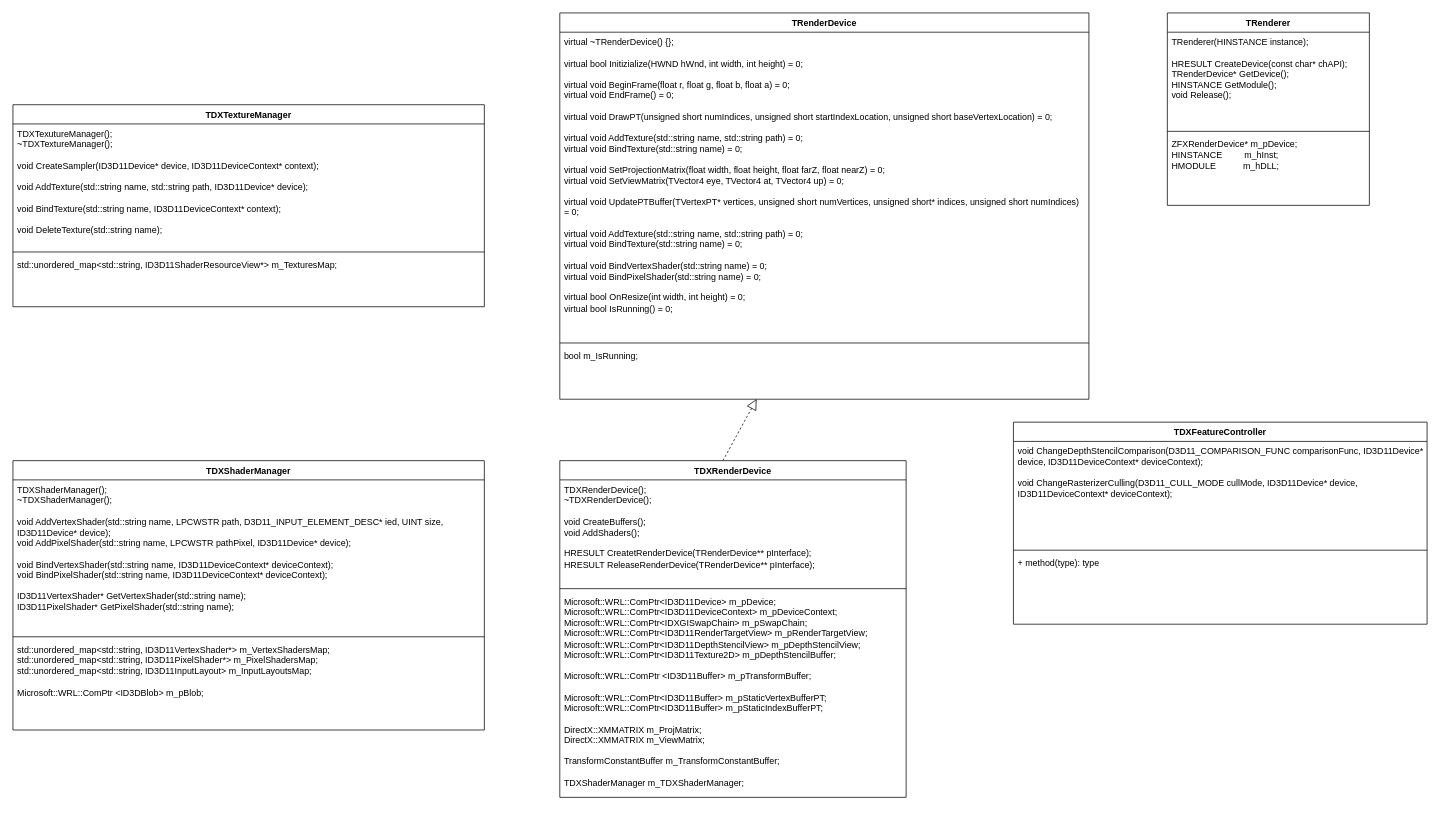
The draw.io diagram UML/TRenderer.drawio in f1oating/TRender, before the edit. Source tidied: cells renumbered, new cells numbered last; positions are measured from the earlier drawing's top-left corner, leaving out a move shared by most shapes. Both pictures are drawn from the tidied source at 74%, with x=0, y=0 at pixel (13, 13).
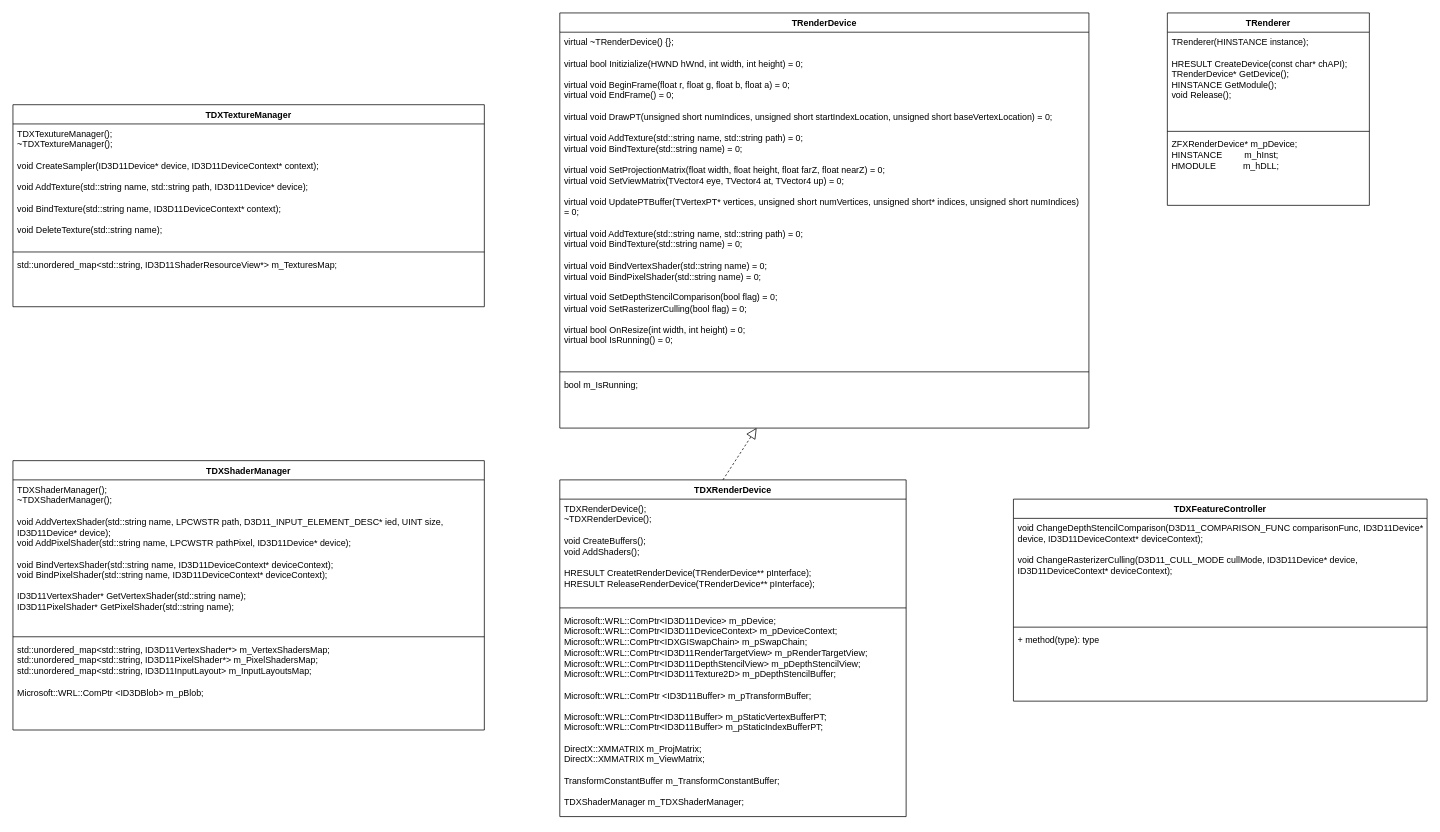
After the change.

Commit message (it also covers changes not shown here):
only the name hasnt change...

What changed in the source:
```diff
@@
     <mxCell id="2" value="TRenderDevice" style="swimlane;fontStyle=1;align=center;verticalAlign=top;horizontal=1;startSize=26;whiteSpace=wrap;html=1;" parent="1" vertex="1">
-      <mxGeometry x="739" width="715" height="522" as="geometry" />
+      <mxGeometry x="739" width="715" height="561" as="geometry" />
     </mxCell>
-    <mxCell id="3" value="&lt;div&gt;virtual ~TRenderDevice() {};&lt;br&gt;&lt;/div&gt;&lt;div&gt;&lt;br&gt;&lt;/div&gt;&lt;div&gt;virtual bool Initizialize(HWND hWnd, int width, int height) = 0;&lt;/div&gt;&lt;div&gt;&lt;br&gt;&lt;/div&gt;&lt;div&gt;virtual void BeginFrame(float r, float g, float b, float a) = 0;&lt;/div&gt;&lt;div&gt;virtual void EndFrame() = 0;&lt;/div&gt;&lt;div&gt;&lt;br&gt;&lt;/div&gt;&lt;div&gt;virtual void DrawPT(unsigned short numIndices, unsigned short startIndexLocation, unsigned short baseVertexLocation) = 0;&lt;br&gt;&lt;/div&gt;&lt;div&gt;&lt;br&gt;&lt;/div&gt;&lt;div&gt;virtual void AddTexture(std::string name, std::string path) = 0;&lt;br&gt;virtual void BindTexture(std::string name) = 0;&lt;br&gt;&lt;/div&gt;&lt;div&gt;&lt;br&gt;&lt;/div&gt;&lt;div&gt;virtual void SetProjectionMatrix(float width, float height, float farZ, float nearZ) = 0;&lt;/div&gt;&lt;div&gt;virtual void SetViewMatrix(TVector4 eye, TVector4 at, TVector4 up) = 0;&lt;/div&gt;&lt;div&gt;&lt;br&gt;&lt;/div&gt;&lt;div&gt;virtual void UpdatePTBuffer(TVertexPT* vertices, unsigned short numVertices, unsigned short* indices, unsigned short numIndices) = 0;&lt;/div&gt;&lt;div&gt;&lt;br&gt;&lt;/div&gt;&lt;div&gt;virtual void AddTexture(std::string name, std::string path) = 0;&lt;br&gt;virtual void BindTexture(std::string name) = 0;&lt;/div&gt;&lt;div&gt;&lt;br&gt;&lt;/div&gt;&lt;div&gt;virtual void BindVertexShader(std::string name) = 0;&lt;br&gt;virtual void BindPixelShader(std::string name) = 0;&lt;br&gt;&lt;/div&gt;&lt;div&gt;&lt;br&gt;&lt;/div&gt;&lt;div&gt;virtual bool OnResize(int width, int height) = 0;&lt;/div&gt;&lt;div&gt;virtual bool IsRunning() = 0;&lt;br&gt;&lt;/div&gt;" style="text;strokeColor=none;fillColor=none;align=left;verticalAlign=top;spacingLeft=4;spacingRight=4;overflow=hidden;whiteSpace=wrap;html=1;" parent="2" vertex="1">
-      <mxGeometry y="26" width="715" height="416" as="geometry" />
+    <mxCell id="3" value="&lt;div&gt;virtual ~TRenderDevice() {};&lt;br&gt;&lt;/div&gt;&lt;div&gt;&lt;br&gt;&lt;/div&gt;&lt;div&gt;virtual bool Initizialize(HWND hWnd, int width, int height) = 0;&lt;/div&gt;&lt;div&gt;&lt;br&gt;&lt;/div&gt;&lt;div&gt;virtual void BeginFrame(float r, float g, float b, float a) = 0;&lt;/div&gt;&lt;div&gt;virtual void EndFrame() = 0;&lt;/div&gt;&lt;div&gt;&lt;br&gt;&lt;/div&gt;&lt;div&gt;virtual void DrawPT(unsigned short numIndices, unsigned short startIndexLocation, unsigned short baseVertexLocation) = 0;&lt;br&gt;&lt;/div&gt;&lt;div&gt;&lt;br&gt;&lt;/div&gt;&lt;div&gt;virtual void AddTexture(std::string name, std::string path) = 0;&lt;br&gt;virtual void BindTexture(std::string name) = 0;&lt;br&gt;&lt;/div&gt;&lt;div&gt;&lt;br&gt;&lt;/div&gt;&lt;div&gt;virtual void SetProjectionMatrix(float width, float height, float farZ, float nearZ) = 0;&lt;/div&gt;&lt;div&gt;virtual void SetViewMatrix(TVector4 eye, TVector4 at, TVector4 up) = 0;&lt;/div&gt;&lt;div&gt;&lt;br&gt;&lt;/div&gt;&lt;div&gt;virtual void UpdatePTBuffer(TVertexPT* vertices, unsigned short numVertices, unsigned short* indices, unsigned short numIndices) = 0;&lt;/div&gt;&lt;div&gt;&lt;br&gt;&lt;/div&gt;&lt;div&gt;virtual void AddTexture(std::string name, std::string path) = 0;&lt;br&gt;virtual void BindTexture(std::string name) = 0;&lt;/div&gt;&lt;div&gt;&lt;br&gt;&lt;/div&gt;&lt;div&gt;virtual void BindVertexShader(std::string name) = 0;&lt;br&gt;virtual void BindPixelShader(std::string name) = 0;&lt;/div&gt;&lt;div&gt;&lt;br&gt;&lt;/div&gt;&lt;div&gt;virtual void SetDepthStencilComparison(bool flag) = 0;&lt;br&gt;virtual void SetRasterizerCulling(bool flag) = 0;&lt;br&gt;&lt;/div&gt;&lt;div&gt;&lt;br&gt;&lt;/div&gt;&lt;div&gt;virtual bool OnResize(int width, int height) = 0;&lt;/div&gt;&lt;div&gt;virtual bool IsRunning() = 0;&lt;br&gt;&lt;/div&gt;" style="text;strokeColor=none;fillColor=none;align=left;verticalAlign=top;spacingLeft=4;spacingRight=4;overflow=hidden;whiteSpace=wrap;html=1;" parent="2" vertex="1">
+      <mxGeometry y="26" width="715" height="455" as="geometry" />
     </mxCell>
     <mxCell id="4" style="line;strokeWidth=1;fillColor=none;align=left;verticalAlign=middle;spacingTop=-1;spacingLeft=3;spacingRight=3;labelPosition=right;strokeColor=inherit;" parent="2" vertex="1">
-      <mxGeometry y="442" width="715" height="8" as="geometry" />
+      <mxGeometry y="481" width="715" height="8" as="geometry" />
     </mxCell>
     <mxCell id="5" value="&lt;div&gt;bool m_IsRunning;&lt;br&gt;&lt;/div&gt;" style="text;strokeColor=none;fillColor=none;align=left;verticalAlign=top;spacingLeft=4;spacingRight=4;overflow=hidden;points=[[0,0.5],[1,0.5]];portConstraint=eastwest;whiteSpace=wrap;html=1;" parent="2" vertex="1">
-      <mxGeometry y="450" width="715" height="72" as="geometry" />
+      <mxGeometry y="489" width="715" height="72" as="geometry" />
     </mxCell>
@@
     <mxCell id="7" value="TDXRenderDevice" style="swimlane;fontStyle=1;align=center;verticalAlign=top;horizontal=1;startSize=26;whiteSpace=wrap;html=1;" parent="1" vertex="1">
-      <mxGeometry x="739" y="605" width="468" height="455" as="geometry" />
+      <mxGeometry x="739" y="631" width="468" height="455" as="geometry" />
     </mxCell>
@@
     <mxCell id="23" value="TDXFeatureController" style="swimlane;fontStyle=1;align=center;verticalAlign=top;horizontal=1;startSize=26;whiteSpace=wrap;html=1;" parent="1" vertex="1">
-      <mxGeometry x="1352" y="553" width="559" height="273" as="geometry" />
+      <mxGeometry x="1352" y="657" width="559" height="273" as="geometry" />
     </mxCell>
```
